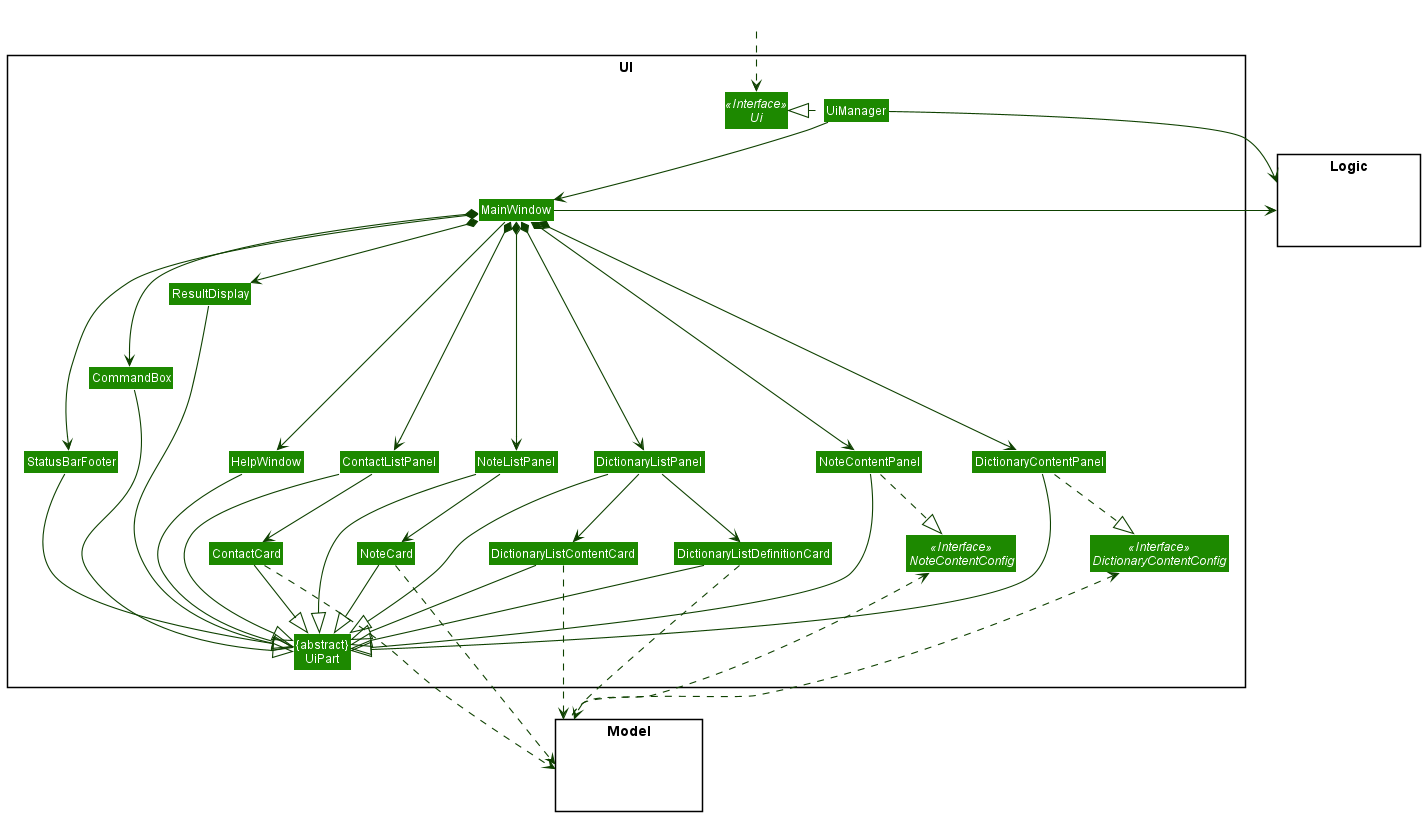
The PlantUML diagram docs/images/UiClassDiagram.png in nus-cs2103-AY2021S2/tp, before a commit.
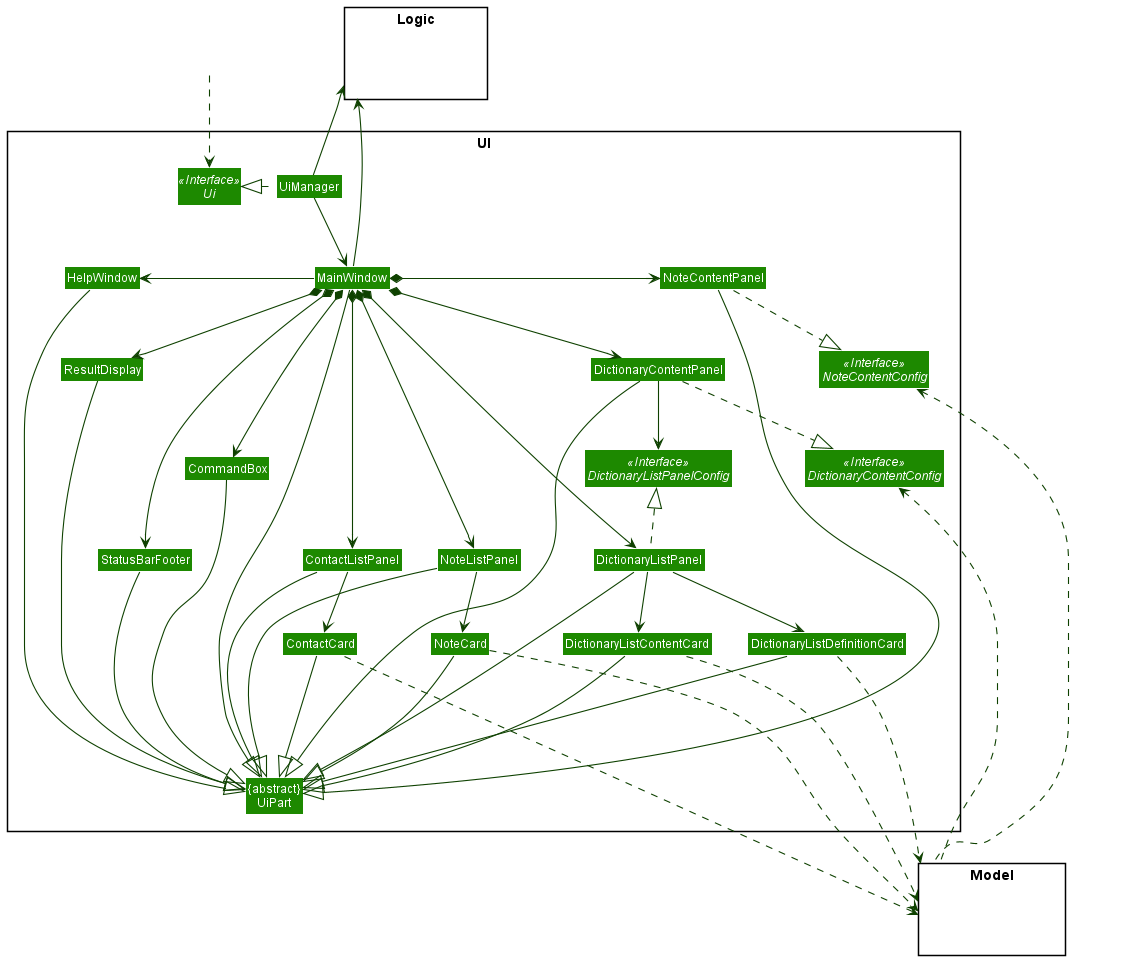
After the commit.

Commit message:
Update UI Class Diagram

What changed in the source:
```diff
@@ -7,6 +7,7 @@
 package UI <<Rectangle>>{
 Interface Ui <<Interface>>
 Interface DictionaryContentConfig <<Interface>>
+Interface DictionaryListPanelConfig <<Interface>>
 Interface NoteContentConfig <<Interface>>
 Class "{abstract}\nUiPart" as UiPart
 Class UiManager
@@ -37,61 +38,69 @@
 Class HiddenOutside #FFFFFF
 HiddenOutside ..> Ui
 
+
+ResultDisplay -[hidden]up- HelpWindow
+CommandBox -[hidden]up- ResultDisplay
+StatusBarFooter -[hidden]up- CommandBox
+MainWindow -[hidden]down- Model
+
 UiManager .left.|> Ui
 UiManager -down-> MainWindow
-MainWindow --> HelpWindow
+MainWindow -left-> HelpWindow
+MainWindow *-down-> ResultDisplay
 MainWindow *-down-> CommandBox
-MainWindow *-down-> ResultDisplay
 MainWindow *-down-> ContactListPanel
 MainWindow *-down-> StatusBarFooter
 MainWindow *-down-> DictionaryListPanel
 MainWindow *-down-> NoteListPanel
+MainWindow *-right-> NoteContentPanel
 MainWindow *-down-> DictionaryContentPanel
-MainWindow *-down-> NoteContentPanel
 
+NoteListPanel -down-> NoteCard
 ContactListPanel -down-> ContactCard
 DictionaryListPanel -down-> DictionaryListContentCard
 DictionaryListPanel -down-> DictionaryListDefinitionCard
-NoteListPanel -down-> NoteCard
 
 
-ContactCard..> Model
-DictionaryListContentCard..> Model
-DictionaryListDefinitionCard..> Model
-NoteCard..> Model
-Model .left.> DictionaryContentConfig
-Model .left.> NoteContentConfig
+ContactListPanel --[hidden]left- StatusBarFooter
+NoteListPanel -[hidden]left- ContactListPanel
+DictionaryListPanel -[hidden]left- NoteListPanel
+
+DictionaryContentPanel -[hidden]up- NoteContentPanel
+
+ContactCard .down...> Model
+DictionaryListContentCard .down...> Model
+DictionaryListDefinitionCard .down...> Model
+NoteCard .down...> Model
+Model .up...> DictionaryContentConfig
+Model .up...> NoteContentConfig
+
+MainWindow -up-> Logic
 UiManager -up-> Logic
-MainWindow -right-> Logic
+
+NoteContentPanel ..|> NoteContentConfig
+DictionaryContentPanel ..|> DictionaryContentConfig
+DictionaryListPanel .up.|> DictionaryListPanelConfig
+DictionaryContentPanel --> DictionaryListPanelConfig
 
 
-CommandBox -[hidden]up- ResultDisplay
-StatusBarFooter -[hidden]up- CommandBox
-HelpWindow -[hidden]left- StatusBarFooter
-ContactListPanel -[hidden]left- HelpWindow
-NoteListPanel -[hidden]left- ContactListPanel
-DictionaryListPanel -[hidden]left- NoteListPanel
-NoteContentPanel -[hidden]left- DictionaryListPanel
-DictionaryContentPanel -[hidden]left- NoteContentPanel
+Interface DictionaryContentConfig <<Interface>>
 
-UiPart -[hidden]down- Model
-
-
-NoteContentPanel .down.|> NoteContentConfig
-DictionaryContentPanel .down.|> DictionaryContentConfig
-
+MainWindow --|> UiPart
 HelpWindow --|> UiPart
 ResultDisplay --|> UiPart
+CommandBox --|> UiPart
 ContactListPanel --|> UiPart
-ContactCard --|> UiPart
+StatusBarFooter --|> UiPart
+NoteListPanel --|> UiPart
 DictionaryListPanel --|> UiPart
-DictionaryListContentCard --|> UiPart
-DictionaryListDefinitionCard --|> UiPart
-NoteListPanel --|> UiPart
-NoteCard --|> UiPart
-StatusBarFooter --|> UiPart
-CommandBox --|> UiPart
-DictionaryContentPanel --|> UiPart
+
+NoteCard ---|> UiPart
+ContactCard ---|> UiPart
+DictionaryListContentCard ---|> UiPart
+DictionaryListDefinitionCard ---|> UiPart
+
+DictionaryContentPanel -|> UiPart
 NoteContentPanel --|> UiPart
 
 
```
